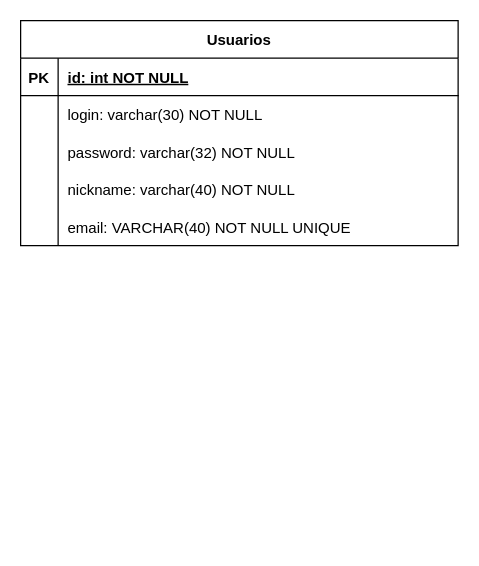
The draw.io diagram base-diagram.drawio in Byance/learning-database, before the edit. Source tidied: cells renumbered, new cells numbered last; positions are measured from the earlier drawing's top-left corner, leaving out a move shared by most shapes. Both pictures are drawn from the tidied source at 125%, with x=0, y=0 at pixel (20, 20).
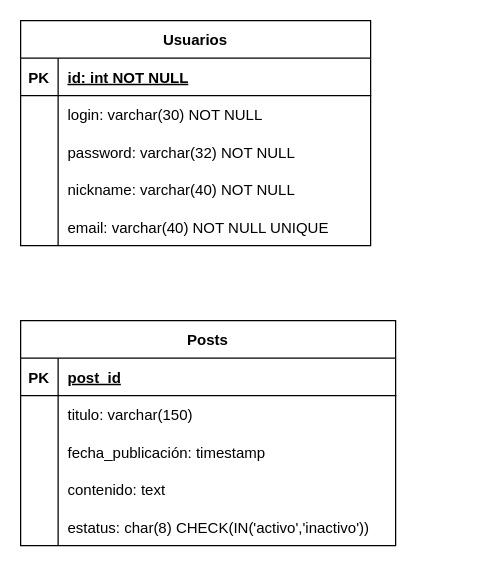
The same diagram, later.

Commit message:
add Post table

Change to the diagram source:
```diff
@@
     <mxCell id="2" value="Usuarios" style="shape=table;startSize=30;childLayout=tableLayout;rowLines=0;fontStyle=1;align=center;" parent="1" vertex="1">
-      <mxGeometry width="350" height="180" as="geometry" />
+      <mxGeometry width="280" height="180" as="geometry" />
     </mxCell>
     <mxCell id="3" style="shape=partialRectangle;fillColor=none;top=0;left=0;right=0;bottom=1;" parent="2" vertex="1">
-      <mxGeometry y="30" width="350" height="30" as="geometry" />
+      <mxGeometry y="30" width="280" height="30" as="geometry" />
     </mxCell>
@@
     <mxCell id="5" value="id: int NOT NULL " style="shape=partialRectangle;overflow=hidden;fillColor=none;top=0;left=0;bottom=0;right=0;align=left;spacingLeft=6;fontStyle=5;" parent="3" vertex="1">
-      <mxGeometry x="30" width="320" height="30" as="geometry" />
+      <mxGeometry x="30" width="250" height="30" as="geometry" />
     </mxCell>
     <mxCell id="6" style="shape=partialRectangle;fillColor=none;top=0;left=0;right=0;bottom=0;" parent="2" vertex="1">
-      <mxGeometry y="60" width="350" height="30" as="geometry" />
+      <mxGeometry y="60" width="280" height="30" as="geometry" />
     </mxCell>
@@
     <mxCell id="8" value="login: varchar(30) NOT NULL" style="shape=partialRectangle;overflow=hidden;fillColor=none;top=0;left=0;bottom=0;right=0;align=left;spacingLeft=6;" parent="6" vertex="1">
-      <mxGeometry x="30" width="320" height="30" as="geometry" />
+      <mxGeometry x="30" width="250" height="30" as="geometry" />
     </mxCell>
     <mxCell id="9" style="shape=tableRow;horizontal=0;startSize=0;swimlaneHead=0;swimlaneBody=0;fillColor=none;top=0;left=0;right=0;bottom=0;" parent="2" vertex="1">
-      <mxGeometry y="90" width="350" height="30" as="geometry" />
+      <mxGeometry y="90" width="280" height="30" as="geometry" />
     </mxCell>
@@
     <mxCell id="11" value="password: varchar(32) NOT NULL" style="shape=partialRectangle;fillColor=none;top=0;left=0;bottom=0;right=0;align=left;spacingLeft=6;overflow=hidden;" parent="9" vertex="1">
-      <mxGeometry x="30" width="320" height="30" as="geometry" />
+      <mxGeometry x="30" width="250" height="30" as="geometry" />
     </mxCell>
     <mxCell id="12" style="shape=tableRow;horizontal=0;startSize=0;swimlaneHead=0;swimlaneBody=0;fillColor=none;top=0;left=0;right=0;bottom=0;" parent="2" vertex="1">
-      <mxGeometry y="120" width="350" height="30" as="geometry" />
+      <mxGeometry y="120" width="280" height="30" as="geometry" />
     </mxCell>
@@
     <mxCell id="14" value="nickname: varchar(40) NOT NULL" style="shape=partialRectangle;fillColor=none;top=0;left=0;bottom=0;right=0;align=left;spacingLeft=6;overflow=hidden;" parent="12" vertex="1">
-      <mxGeometry x="30" width="320" height="30" as="geometry" />
+      <mxGeometry x="30" width="250" height="30" as="geometry" />
     </mxCell>
     <mxCell id="15" style="shape=tableRow;horizontal=0;startSize=0;swimlaneHead=0;swimlaneBody=0;fillColor=none;top=0;left=0;right=0;bottom=0;" parent="2" vertex="1">
-      <mxGeometry y="150" width="350" height="30" as="geometry" />
+      <mxGeometry y="150" width="280" height="30" as="geometry" />
     </mxCell>
@@
-    <mxCell id="17" value="email: VARCHAR(40) NOT NULL UNIQUE" style="shape=partialRectangle;fillColor=none;top=0;left=0;bottom=0;right=0;align=left;spacingLeft=6;overflow=hidden;" parent="15" vertex="1">
-      <mxGeometry x="30" width="320" height="30" as="geometry" />
+    <mxCell id="17" value="email: varchar(40) NOT NULL UNIQUE" style="shape=partialRectangle;fillColor=none;top=0;left=0;bottom=0;right=0;align=left;spacingLeft=6;overflow=hidden;" parent="15" vertex="1">
+      <mxGeometry x="30" width="250" height="30" as="geometry" />
     </mxCell>
+    <mxCell id="18" value="Posts" style="shape=table;startSize=30;childLayout=tableLayout;rowLines=0;fontStyle=1;align=center;" parent="1" vertex="1">
+      <mxGeometry y="240" width="300" height="180" as="geometry" />
+    </mxCell>
+    <mxCell id="19" style="shape=tableRow;horizontal=0;startSize=0;swimlaneHead=0;swimlaneBody=0;fillColor=none;top=0;left=0;right=0;bottom=1;" parent="18" vertex="1">
+      <mxGeometry y="30" width="300" height="30" as="geometry" />
+    </mxCell>
+    <mxCell id="20" value="PK" style="shape=partialRectangle;fillColor=none;top=0;left=0;bottom=0;right=0;fontStyle=1;overflow=hidden;" parent="19" vertex="1">
+      <mxGeometry width="30" height="30" as="geometry" />
+    </mxCell>
+    <mxCell id="21" value="post_id" style="shape=partialRectangle;fillColor=none;top=0;left=0;bottom=0;right=0;align=left;spacingLeft=6;fontStyle=5;overflow=hidden;" parent="19" vertex="1">
+      <mxGeometry x="30" width="270" height="30" as="geometry" />
+    </mxCell>
+    <mxCell id="22" style="shape=tableRow;horizontal=0;startSize=0;swimlaneHead=0;swimlaneBody=0;fillColor=none;top=0;left=0;right=0;bottom=0;" parent="18" vertex="1">
+      <mxGeometry y="60" width="300" height="30" as="geometry" />
+    </mxCell>
+    <mxCell id="23" style="shape=partialRectangle;fillColor=none;top=0;left=0;bottom=0;right=0;overflow=hidden;" parent="22" vertex="1">
+      <mxGeometry width="30" height="30" as="geometry" />
+    </mxCell>
+    <mxCell id="24" value="titulo: varchar(150)" style="shape=partialRectangle;fillColor=none;top=0;left=0;bottom=0;right=0;align=left;spacingLeft=6;overflow=hidden;" parent="22" vertex="1">
+      <mxGeometry x="30" width="270" height="30" as="geometry" />
+    </mxCell>
+    <mxCell id="25" style="shape=tableRow;horizontal=0;startSize=0;swimlaneHead=0;swimlaneBody=0;fillColor=none;top=0;left=0;right=0;bottom=0;" parent="18" vertex="1">
+      <mxGeometry y="90" width="300" height="30" as="geometry" />
+    </mxCell>
+    <mxCell id="26" style="shape=partialRectangle;fillColor=none;top=0;left=0;bottom=0;right=0;overflow=hidden;" parent="25" vertex="1">
+      <mxGeometry width="30" height="30" as="geometry" />
+    </mxCell>
+    <mxCell id="27" value="fecha_publicación: timestamp" style="shape=partialRectangle;fillColor=none;top=0;left=0;bottom=0;right=0;align=left;spacingLeft=6;overflow=hidden;" parent="25" vertex="1">
+      <mxGeometry x="30" width="270" height="30" as="geometry" />
+    </mxCell>
+    <mxCell id="28" style="shape=tableRow;horizontal=0;startSize=0;swimlaneHead=0;swimlaneBody=0;fillColor=none;top=0;left=0;right=0;bottom=0;" parent="18" vertex="1">
+      <mxGeometry y="120" width="300" height="30" as="geometry" />
+    </mxCell>
+    <mxCell id="29" style="shape=partialRectangle;fillColor=none;top=0;left=0;bottom=0;right=0;overflow=hidden;" parent="28" vertex="1">
+      <mxGeometry width="30" height="30" as="geometry" />
+    </mxCell>
+    <mxCell id="30" value="contenido: text" style="shape=partialRectangle;fillColor=none;top=0;left=0;bottom=0;right=0;align=left;spacingLeft=6;overflow=hidden;" parent="28" vertex="1">
+      <mxGeometry x="30" width="270" height="30" as="geometry" />
+    </mxCell>
+    <mxCell id="31" style="shape=tableRow;horizontal=0;startSize=0;swimlaneHead=0;swimlaneBody=0;fillColor=none;top=0;left=0;right=0;bottom=0;" parent="18" vertex="1">
+      <mxGeometry y="150" width="300" height="30" as="geometry" />
+    </mxCell>
+    <mxCell id="32" style="shape=partialRectangle;fillColor=none;top=0;left=0;bottom=0;right=0;overflow=hidden;" parent="31" vertex="1">
+      <mxGeometry width="30" height="30" as="geometry" />
+    </mxCell>
+    <mxCell id="33" value="estatus: char(8) CHECK(IN('activo','inactivo'))" style="shape=partialRectangle;fillColor=none;top=0;left=0;bottom=0;right=0;align=left;spacingLeft=6;overflow=hidden;" parent="31" vertex="1">
+      <mxGeometry x="30" width="270" height="30" as="geometry" />
+    </mxCell>
```
